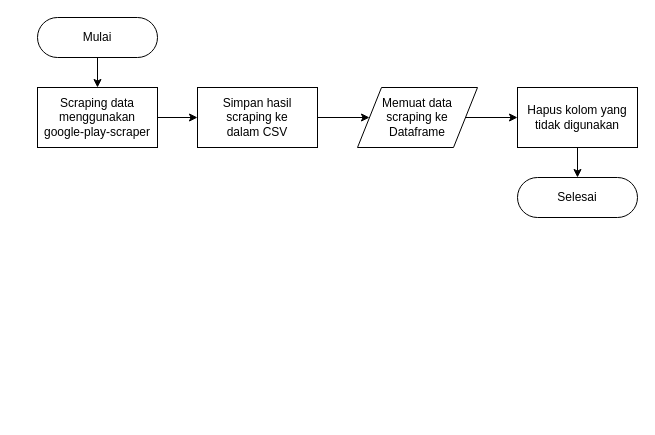
Earlier version of the draw.io diagram page "Scraping" (2 of 9) of Untitled Diagram.drawio (mksyfla/analysis-sentiment-using-svm). Source tidied: cells renumbered, new cells numbered last; positions are measured from the earlier drawing's top-left corner, leaving out a move shared by most shapes. Both pictures are drawn from the tidied source at 100%, with x=0, y=0 at pixel (37, 17).
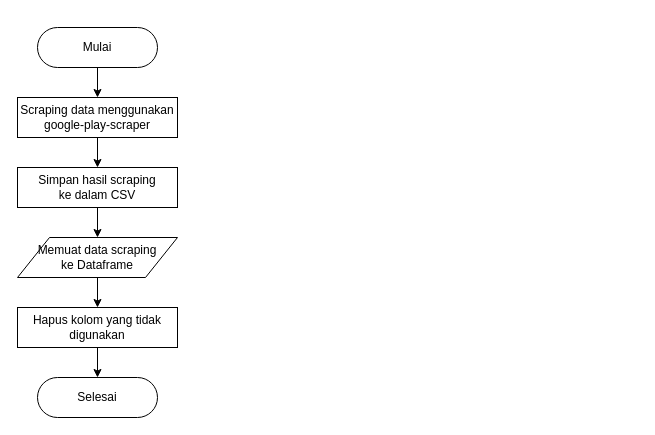
Above is the later version.

What changed in the source:
```diff
@@
 <mxGraphModel>
   <root>
     <mxCell id="0" />
     <mxCell id="1" parent="0" />
     <mxCell id="2" style="edgeStyle=orthogonalEdgeStyle;rounded=0;jettySize=auto;html=1;" parent="1" edge="1" source="3" target="5">
       <mxGeometry relative="1" as="geometry" />
     </mxCell>
     <mxCell id="3" value="Mulai" style="html=1;dashed=0;whiteSpace=wrap;shape=mxgraph.dfd.start;" parent="1" vertex="1">
-      <mxGeometry width="120" height="40" as="geometry" />
+      <mxGeometry y="10" width="120" height="40" as="geometry" />
     </mxCell>
     <mxCell id="4" style="edgeStyle=orthogonalEdgeStyle;rounded=0;jettySize=auto;html=1;" parent="1" edge="1" source="5" target="10">
       <mxGeometry relative="1" as="geometry" />
     </mxCell>
-    <mxCell id="5" value="&lt;div&gt;Scraping data&lt;/div&gt;&lt;div&gt;menggunakan&lt;/div&gt;&lt;div&gt;google-play-scraper&lt;/div&gt;" style="html=1;dashed=0;whiteSpace=wrap;" parent="1" vertex="1">
-      <mxGeometry y="70" width="120" height="60" as="geometry" />
+    <mxCell id="5" value="&lt;div&gt;Scraping data&amp;nbsp;menggunakan&lt;/div&gt;&lt;div&gt;google-play-scraper&lt;/div&gt;" style="html=1;dashed=0;whiteSpace=wrap;" parent="1" vertex="1">
+      <mxGeometry x="-20" y="80" width="160" height="40" as="geometry" />
     </mxCell>
     <mxCell id="6" style="edgeStyle=orthogonalEdgeStyle;rounded=0;jettySize=auto;html=1;" parent="1" edge="1" source="7" target="8">
       <mxGeometry relative="1" as="geometry" />
     </mxCell>
     <mxCell id="7" value="&lt;div&gt;Hapus kolom&amp;nbsp;yang tidak digunakan&lt;/div&gt;" style="html=1;dashed=0;whiteSpace=wrap;" parent="1" vertex="1">
-      <mxGeometry x="480" y="70" width="120" height="60" as="geometry" />
+      <mxGeometry x="-20" y="290" width="160" height="40" as="geometry" />
     </mxCell>
     <mxCell id="8" value="Selesai" style="html=1;dashed=0;whiteSpace=wrap;shape=mxgraph.dfd.start;" parent="1" vertex="1">
-      <mxGeometry x="480" y="160" width="120" height="40" as="geometry" />
+      <mxGeometry y="360" width="120" height="40" as="geometry" />
     </mxCell>
     <mxCell id="9" style="edgeStyle=orthogonalEdgeStyle;rounded=0;jettySize=auto;html=1;" parent="1" edge="1" source="10" target="12">
       <mxGeometry relative="1" as="geometry" />
     </mxCell>
-    <mxCell id="10" value="&lt;div&gt;Simpan hasil&lt;/div&gt;&lt;div&gt;scraping ke&lt;/div&gt;&lt;div&gt;dalam CSV&lt;/div&gt;" style="html=1;dashed=0;whiteSpace=wrap;" parent="1" vertex="1">
-      <mxGeometry x="160" y="70" width="120" height="60" as="geometry" />
+    <mxCell id="10" value="&lt;div&gt;Simpan hasil&amp;nbsp;scraping&lt;/div&gt;&lt;div&gt;ke dalam CSV&lt;/div&gt;" style="html=1;dashed=0;whiteSpace=wrap;" parent="1" vertex="1">
+      <mxGeometry x="-20" y="150" width="160" height="40" as="geometry" />
     </mxCell>
     <mxCell id="11" style="edgeStyle=orthogonalEdgeStyle;rounded=0;jettySize=auto;html=1;" parent="1" edge="1" source="12" target="7">
       <mxGeometry relative="1" as="geometry" />
     </mxCell>
-    <mxCell id="12" value="&lt;div&gt;Memuat data&lt;/div&gt;&lt;div&gt;scraping ke&lt;/div&gt;&lt;div&gt;Dataframe&lt;/div&gt;" style="shape=parallelogram;perimeter=parallelogramPerimeter;whiteSpace=wrap;html=1;dashed=0;" parent="1" vertex="1">
-      <mxGeometry x="320" y="70" width="120" height="60" as="geometry" />
+    <mxCell id="12" value="&lt;div&gt;Memuat data scraping&lt;/div&gt;&lt;div&gt;ke Dataframe&lt;/div&gt;" style="shape=parallelogram;perimeter=parallelogramPerimeter;whiteSpace=wrap;html=1;dashed=0;" parent="1" vertex="1">
+      <mxGeometry x="-20" y="220" width="160" height="40" as="geometry" />
     </mxCell>
   </root>
 </mxGraphModel>
```
